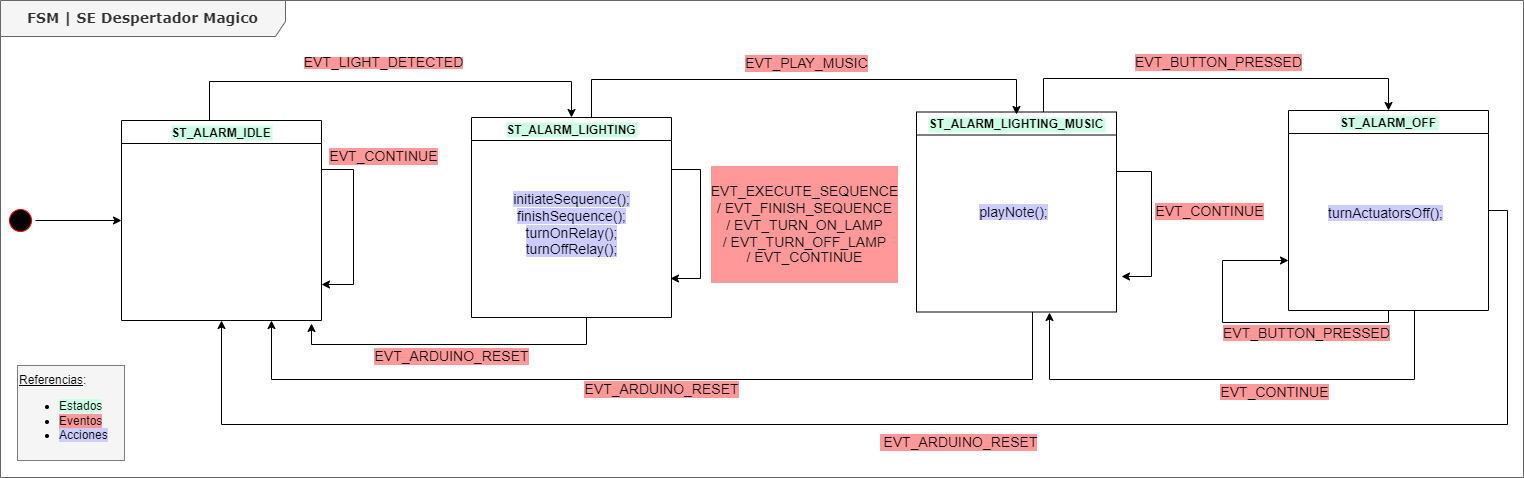
noelisasha/magic-alarm keeps this draw.io diagram as ARDUINO/Img/FSM_Magic_Alarm_Diagrama-de-Estados.png. Above is the earlier version. Source tidied: cells renumbered, new cells last; positions are measured from the earlier drawing's top-left corner, leaving out a move shared by most shapes.
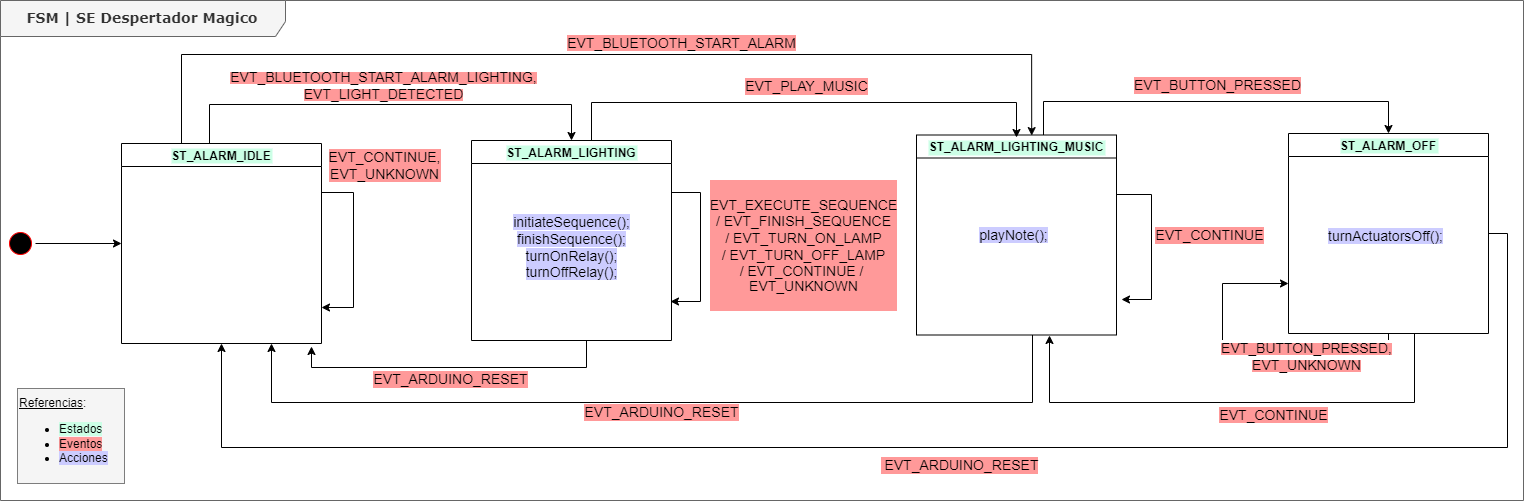
Later version of the same file.

The edit, as a diff of the source:
```diff
@@ -3,7 +3,7 @@
     <mxCell id="0" />
     <mxCell id="1" parent="0" />
     <mxCell id="2" value="&lt;b&gt;&lt;font style=&quot;font-size: 14px&quot;&gt;FSM | SE Despertador Magico&lt;/font&gt;&lt;/b&gt;" style="shape=umlFrame;whiteSpace=wrap;html=1;rounded=1;shadow=0;comic=0;labelBackgroundColor=none;strokeWidth=1;fontFamily=Verdana;fontSize=12;align=center;width=285;height=36;fillColor=#f5f5f5;fontColor=#333333;strokeColor=#666666;" parent="1" vertex="1">
-      <mxGeometry width="1523" height="477" as="geometry" />
+      <mxGeometry y="-23" width="1523" height="500" as="geometry" />
     </mxCell>
     <mxCell id="3" style="edgeStyle=orthogonalEdgeStyle;rounded=0;jettySize=auto;html=1;entryX=0;entryY=0.5;entryDx=0;entryDy=0;fontColor=#000000;" parent="1" edge="1" source="4" target="8">
       <mxGeometry relative="1" as="geometry" />
@@ -14,7 +14,7 @@
     <mxCell id="5" value="&lt;u style=&quot;line-height: 0.1&quot;&gt;Referencias&lt;/u&gt;:&lt;br&gt;&lt;ul&gt;&lt;li&gt;&lt;span style=&quot;background-color: rgb(204 , 255 , 230)&quot;&gt;Estados&lt;/span&gt;&lt;/li&gt;&lt;li&gt;&lt;span style=&quot;background-color: rgb(255 , 153 , 153)&quot;&gt;Eventos&lt;/span&gt;&lt;/li&gt;&lt;li&gt;&lt;span style=&quot;background-color: rgb(204 , 204 , 255)&quot;&gt;Acciones&lt;/span&gt;&lt;/li&gt;&lt;/ul&gt;" style="text;html=1;strokeColor=default;fillColor=#F5F5F5;align=left;verticalAlign=middle;whiteSpace=wrap;rounded=0;dashed=1;dashPattern=1 1;" parent="1" vertex="1">
       <mxGeometry x="17" y="365" width="107" height="95" as="geometry" />
     </mxCell>
-    <mxCell id="6" value="&lt;span style=&quot;background-color: rgb(255 , 153 , 153)&quot;&gt;&lt;font style=&quot;font-size: 14px&quot;&gt;EVT_LIGHT_DETECTED&lt;/font&gt;&lt;/span&gt;" style="edgeStyle=orthogonalEdgeStyle;rounded=0;jettySize=auto;html=1;entryX=0.5;entryY=0;entryDx=0;entryDy=0;fontColor=#000000;" parent="1" edge="1" source="8" target="20">
+    <mxCell id="6" value="&lt;span style=&quot;background-color: rgb(255 , 153 , 153)&quot;&gt;&lt;font style=&quot;&quot;&gt;&lt;span style=&quot;font-size: 14px;&quot;&gt;EVT_BLUETOOTH_START_ALARM_LIGHTING,&lt;/span&gt;&lt;br&gt;&lt;span style=&quot;font-size: 14px;&quot;&gt;EVT_LIGHT_DETECTED&lt;/span&gt;&lt;/font&gt;&lt;/span&gt;" style="edgeStyle=orthogonalEdgeStyle;rounded=0;jettySize=auto;html=1;entryX=0.5;entryY=0;entryDx=0;entryDy=0;fontColor=#000000;" parent="1" edge="1" source="8" target="20">
       <mxGeometry x="-0.03" y="19" relative="1" as="geometry">
         <Array as="points">
           <mxPoint x="209" y="81" />
@@ -22,17 +22,30 @@
         </Array>
       </mxGeometry>
     </mxCell>
-    <mxCell id="7" value="&lt;span style=&quot;color: rgb(0 , 0 , 0) ; font-family: &amp;#34;helvetica&amp;#34; ; font-size: 14px ; font-style: normal ; font-weight: 400 ; letter-spacing: normal ; text-align: center ; text-indent: 0px ; text-transform: none ; word-spacing: 0px ; background-color: rgb(255 , 153 , 153) ; display: inline ; float: none&quot;&gt;EVT_CONTINUE&lt;/span&gt;" style="edgeStyle=orthogonalEdgeStyle;rounded=0;jettySize=auto;html=1;labelBackgroundColor=#FF9999;fontSize=14;fontColor=#000000;" parent="1" edge="1" source="8">
-      <mxGeometry x="-0.64" y="33" relative="1" as="geometry">
+    <mxCell id="7" value="&lt;span style=&quot;text-align: center; text-indent: 0px; background-color: rgb(255, 153, 153); display: inline; float: none;&quot;&gt;&lt;font face=&quot;helvetica&quot;&gt;EVT_CONTINUE,&lt;/font&gt;&lt;br&gt;&lt;font face=&quot;helvetica&quot;&gt;EVT_UNKNOWN&lt;/font&gt;&lt;br&gt;&lt;/span&gt;" style="edgeStyle=orthogonalEdgeStyle;rounded=0;jettySize=auto;html=1;labelBackgroundColor=#FF9999;fontSize=14;fontColor=#000000;" parent="1" edge="1" source="8">
+      <mxGeometry x="-0.64" y="41" relative="1" as="geometry">
         <mxPoint x="321" y="284" as="targetPoint" />
         <Array as="points">
           <mxPoint x="353" y="169" />
           <mxPoint x="353" y="284" />
           <mxPoint x="321" y="284" />
         </Array>
-        <mxPoint x="-3" y="-13" as="offset" />
+        <mxPoint x="-10" y="-26" as="offset" />
       </mxGeometry>
     </mxCell>
+    <mxCell id="25" style="edgeStyle=orthogonalEdgeStyle;rounded=0;jettySize=auto;html=1;entryX=0.576;entryY=0.003;entryDx=0;entryDy=0;entryPerimeter=0;" parent="1" edge="1" source="8" target="12">
+      <mxGeometry relative="1" as="geometry">
+        <Array as="points">
+          <mxPoint x="181" y="31" />
+          <mxPoint x="1031" y="31" />
+        </Array>
+      </mxGeometry>
+    </mxCell>
+    <mxCell id="26" value="&lt;span style=&quot;background-color: rgb(255, 153, 153); font-size: 14px;&quot;&gt;EVT_BLUETOOTH_START_ALARM&lt;/span&gt;" style="edgeLabel;html=1;align=center;verticalAlign=middle;fontSize=14;" parent="25" vertex="1">
+      <mxGeometry x="0.27" y="-1" relative="1" as="geometry">
+        <mxPoint x="-60" y="-13" as="offset" />
+      </mxGeometry>
+    </mxCell>
     <mxCell id="8" value="ST_ALARM_IDLE" style="swimlane;labelBackgroundColor=#CCFFE6;fontColor=#000000;" parent="1" vertex="1">
       <mxGeometry x="121" y="120" width="200" height="200" as="geometry" />
     </mxCell>
@@ -122,8 +135,8 @@
     <mxCell id="21" value="&lt;div style=&quot;font-size: 14px;&quot;&gt;&lt;span style=&quot;background-color: rgb(204, 204, 255); font-size: 14px;&quot;&gt;initiateSequence();&lt;/span&gt;&lt;/div&gt;&lt;div style=&quot;font-size: 14px;&quot;&gt;&lt;span style=&quot;background-color: rgb(204, 204, 255); font-size: 14px;&quot;&gt;finishSequence();&lt;/span&gt;&lt;/div&gt;&lt;div style=&quot;font-size: 14px;&quot;&gt;&lt;span style=&quot;background-color: rgb(204, 204, 255); font-size: 14px;&quot;&gt;turnOnRelay();&lt;/span&gt;&lt;/div&gt;&lt;div style=&quot;font-size: 14px;&quot;&gt;&lt;span style=&quot;background-color: rgb(204, 204, 255); font-size: 14px;&quot;&gt;turnOffRelay();&lt;/span&gt;&lt;/div&gt;" style="text;html=1;strokeColor=none;fillColor=none;align=center;verticalAlign=middle;whiteSpace=wrap;rounded=0;labelBackgroundColor=none;fontSize=14;fontColor=#000000;" parent="20" vertex="1">
       <mxGeometry x="24.5" y="46" width="151" height="121" as="geometry" />
     </mxCell>
-    <mxCell id="22" value="&lt;font style=&quot;font-size: 14px; line-height: 1.2;&quot;&gt;&lt;span style=&quot;text-align: center ; text-indent: 0px ; background-color: rgb(255 , 153 , 153) ; display: inline ; float: none&quot;&gt;&lt;font style=&quot;font-size: 14px;&quot; face=&quot;helvetica&quot;&gt;&lt;br&gt;EVT_EXECUTE_SEQUENCE&lt;br&gt;&lt;/font&gt;/&amp;nbsp;&lt;font style=&quot;font-size: 14px;&quot; face=&quot;helvetica&quot;&gt;EVT_FINISH_SEQUENCE&lt;br&gt;&lt;/font&gt;&lt;div&gt;/ EVT_TURN_ON_LAMP&lt;/div&gt;&lt;div&gt;/ EVT_TURN_OFF_LAMP&lt;/div&gt;&lt;div style=&quot;line-height: 1.1;&quot;&gt;/ EVT_CONTINUE&lt;/div&gt;&lt;/span&gt;&lt;br&gt;&lt;/font&gt;" style="edgeStyle=orthogonalEdgeStyle;rounded=0;jettySize=auto;html=1;labelBackgroundColor=#FF9999;fontSize=14;fontColor=#000000;" parent="1" edge="1" source="20">
-      <mxGeometry x="-0.01" y="104" relative="1" as="geometry">
+    <mxCell id="22" value="&lt;font style=&quot;line-height: 1.2;&quot;&gt;&lt;span style=&quot;text-align: center; text-indent: 0px; background-color: rgb(255, 153, 153); display: inline; float: none;&quot;&gt;&lt;font style=&quot;font-size: 14px;&quot; face=&quot;helvetica&quot;&gt;&lt;br&gt;EVT_EXECUTE_SEQUENCE&lt;br&gt;&lt;/font&gt;/&amp;nbsp;&lt;font style=&quot;font-size: 14px;&quot; face=&quot;helvetica&quot;&gt;EVT_FINISH_SEQUENCE&lt;br&gt;&lt;/font&gt;&lt;div style=&quot;font-size: 14px;&quot;&gt;/ EVT_TURN_ON_LAMP&lt;/div&gt;&lt;div style=&quot;font-size: 14px;&quot;&gt;/ EVT_TURN_OFF_LAMP&lt;/div&gt;&lt;div style=&quot;font-size: 14px; line-height: 1.1;&quot;&gt;/ EVT_CONTINUE /&amp;nbsp;&lt;/div&gt;&lt;div style=&quot;font-size: 14px; line-height: 1.1;&quot;&gt;EVT_UNKNOWN&lt;br&gt;&lt;/div&gt;&lt;/span&gt;&lt;br&gt;&lt;/font&gt;" style="edgeStyle=orthogonalEdgeStyle;rounded=0;jettySize=auto;html=1;labelBackgroundColor=#FF9999;fontSize=14;fontColor=#000000;" parent="1" edge="1" source="20">
+      <mxGeometry x="-0.02" y="103" relative="1" as="geometry">
         <mxPoint x="670" y="278" as="targetPoint" />
         <Array as="points">
           <mxPoint x="700" y="169" />
@@ -135,7 +148,7 @@
     <mxCell id="23" value="&lt;span style=&quot;background-color: rgb(204 , 204 , 255)&quot;&gt;turnActuatorsOff();&lt;/span&gt;" style="text;html=1;strokeColor=none;fillColor=none;align=center;verticalAlign=middle;whiteSpace=wrap;rounded=0;labelBackgroundColor=none;fontSize=14;fontColor=#000000;" parent="1" vertex="1">
       <mxGeometry x="1310" y="152.5" width="151" height="121" as="geometry" />
     </mxCell>
-    <mxCell id="24" value="&lt;span style=&quot;color: rgb(0, 0, 0); font-family: Helvetica; font-size: 14px; font-style: normal; font-variant-ligatures: normal; font-variant-caps: normal; font-weight: 400; letter-spacing: normal; orphans: 2; text-align: center; text-indent: 0px; text-transform: none; widows: 2; word-spacing: 0px; -webkit-text-stroke-width: 0px; background-color: rgb(255, 153, 153); text-decoration-thickness: initial; text-decoration-style: initial; text-decoration-color: initial; float: none; display: inline !important;&quot;&gt;EVT_BUTTON_PRESSED&lt;/span&gt;" style="edgeStyle=orthogonalEdgeStyle;rounded=0;orthogonalLoop=1;jettySize=auto;html=1;entryX=0;entryY=0.75;entryDx=0;entryDy=0;" parent="1" edge="1" source="17" target="17">
+    <mxCell id="24" value="&lt;span style=&quot;orphans: 2; text-align: center; text-indent: 0px; widows: 2; background-color: rgb(255, 153, 153); text-decoration-thickness: initial; text-decoration-style: initial; text-decoration-color: initial; float: none; display: inline !important;&quot;&gt;&lt;span style=&quot;font-size: 14px;&quot;&gt;EVT_BUTTON_PRESSED,&lt;/span&gt;&lt;br&gt;&lt;span style=&quot;font-size: 14px;&quot;&gt;EVT_UNKNOWN&lt;/span&gt;&lt;br&gt;&lt;/span&gt;" style="edgeStyle=orthogonalEdgeStyle;rounded=0;orthogonalLoop=1;jettySize=auto;html=1;entryX=0;entryY=0.75;entryDx=0;entryDy=0;" parent="1" edge="1" source="17" target="17">
       <mxGeometry x="-0.39" y="11" relative="1" as="geometry">
         <Array as="points">
           <mxPoint x="1388" y="322" />
```
